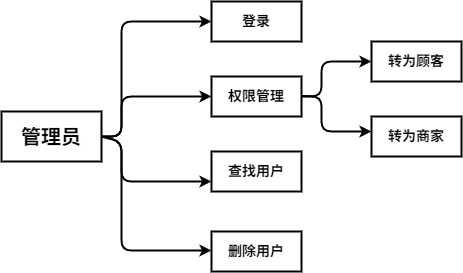
xiyuliu509/microservice-shop keeps this draw.io diagram as 7.drawio.png. Above is the earlier version. Source tidied: cells renumbered, new cells last; positions are measured from the earlier drawing's top-left corner, leaving out a move shared by most shapes. Source of this version:
```xml
<mxGraphModel>
  <root>
    <mxCell id="0" />
    <mxCell id="1" parent="0" />
    <mxCell id="2" value="&lt;b&gt;&lt;font style=&quot;font-size: 20px;&quot;&gt;管理员&lt;/font&gt;&lt;/b&gt;" style="rounded=0;whiteSpace=wrap;html=1;strokeWidth=2;" parent="1" vertex="1">
      <mxGeometry y="110" width="100" height="50" as="geometry" />
    </mxCell>
    <mxCell id="3" value="&lt;font style=&quot;font-size: 14px;&quot;&gt;&lt;b&gt;登录&lt;/b&gt;&lt;/font&gt;" style="rounded=0;whiteSpace=wrap;html=1;strokeWidth=2;" parent="1" vertex="1">
      <mxGeometry x="210" width="90" height="40" as="geometry" />
    </mxCell>
    <mxCell id="4" value="&lt;span style=&quot;font-size: 14px;&quot;&gt;&lt;b&gt;权限管理&lt;/b&gt;&lt;/span&gt;" style="rounded=0;whiteSpace=wrap;html=1;strokeWidth=2;" parent="1" vertex="1">
      <mxGeometry x="210" y="75" width="90" height="40" as="geometry" />
    </mxCell>
    <mxCell id="5" value="&lt;span style=&quot;font-size: 14px;&quot;&gt;&lt;b&gt;查找用户&lt;/b&gt;&lt;/span&gt;" style="rounded=0;whiteSpace=wrap;html=1;strokeWidth=2;" parent="1" vertex="1">
      <mxGeometry x="210" y="150" width="90" height="40" as="geometry" />
    </mxCell>
    <mxCell id="6" style="endArrow=classic;html=1;exitX=1;exitY=0.5;exitDx=0;exitDy=0;entryX=0;entryY=0.5;entryDx=0;entryDy=0;strokeWidth=2;" parent="1" edge="1" source="2" target="3">
      <mxGeometry relative="1" as="geometry">
        <Array as="points">
          <mxPoint x="120" y="135" />
          <mxPoint x="120" y="20" />
        </Array>
      </mxGeometry>
    </mxCell>
    <mxCell id="7" style="endArrow=classic;html=1;exitX=1;exitY=0.5;exitDx=0;exitDy=0;entryX=0;entryY=0.5;entryDx=0;entryDy=0;strokeWidth=2;" parent="1" edge="1" source="2" target="4">
      <mxGeometry relative="1" as="geometry">
        <Array as="points">
          <mxPoint x="120" y="135" />
          <mxPoint x="120" y="95" />
        </Array>
      </mxGeometry>
    </mxCell>
    <mxCell id="8" style="endArrow=classic;html=1;exitX=1;exitY=0.5;exitDx=0;exitDy=0;entryX=0;entryY=0.75;entryDx=0;entryDy=0;strokeWidth=2;" parent="1" edge="1" source="2" target="5">
      <mxGeometry relative="1" as="geometry">
        <Array as="points">
          <mxPoint x="120" y="140" />
          <mxPoint x="120" y="180" />
        </Array>
      </mxGeometry>
    </mxCell>
    <mxCell id="9" style="endArrow=classic;html=1;exitX=1;exitY=0.5;exitDx=0;exitDy=0;strokeWidth=2;entryX=0;entryY=0.5;entryDx=0;entryDy=0;" parent="1" edge="1" target="10">
      <mxGeometry relative="1" as="geometry">
        <mxPoint x="300" y="94.5" as="sourcePoint" />
        <Array as="points">
          <mxPoint x="320" y="95" />
          <mxPoint x="320" y="60" />
        </Array>
      </mxGeometry>
    </mxCell>
    <mxCell id="10" value="&lt;span style=&quot;font-size: 14px;&quot;&gt;&lt;b&gt;转为顾客&lt;/b&gt;&lt;/span&gt;" style="rounded=0;whiteSpace=wrap;html=1;strokeWidth=2;" parent="1" vertex="1">
      <mxGeometry x="370" y="40" width="90" height="40" as="geometry" />
    </mxCell>
    <mxCell id="11" value="&lt;span style=&quot;font-size: 14px;&quot;&gt;&lt;b&gt;转为商家&lt;/b&gt;&lt;/span&gt;" style="rounded=0;whiteSpace=wrap;html=1;strokeWidth=2;" parent="1" vertex="1">
      <mxGeometry x="370" y="115" width="90" height="40" as="geometry" />
    </mxCell>
    <mxCell id="12" style="endArrow=classic;html=1;exitX=1;exitY=0.5;exitDx=0;exitDy=0;strokeWidth=2;" parent="1" edge="1" source="4">
      <mxGeometry relative="1" as="geometry">
        <mxPoint x="370" y="130" as="targetPoint" />
        <Array as="points">
          <mxPoint x="320" y="95" />
          <mxPoint x="320" y="130" />
        </Array>
      </mxGeometry>
    </mxCell>
    <mxCell id="13" style="endArrow=classic;html=1;entryX=0;entryY=0.75;entryDx=0;entryDy=0;strokeWidth=2;exitX=1;exitY=0.5;exitDx=0;exitDy=0;" parent="1" edge="1" source="2">
      <mxGeometry relative="1" as="geometry">
        <mxPoint x="210" y="249" as="targetPoint" />
        <Array as="points">
          <mxPoint x="120" y="140" />
          <mxPoint x="120" y="249" />
        </Array>
      </mxGeometry>
    </mxCell>
    <mxCell id="14" value="&lt;span style=&quot;font-size: 14px;&quot;&gt;&lt;b&gt;删除用户&lt;/b&gt;&lt;/span&gt;" style="rounded=0;whiteSpace=wrap;html=1;strokeWidth=2;" parent="1" vertex="1">
      <mxGeometry x="210" y="230" width="90" height="40" as="geometry" />
    </mxCell>
  </root>
</mxGraphModel>
```
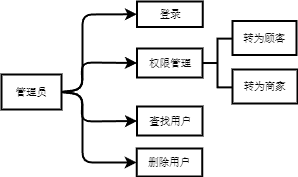
Later version of the same file.

Diff of the diagram source:
```diff
@@ -2,77 +2,61 @@
   <root>
     <mxCell id="0" />
     <mxCell id="1" parent="0" />
-    <mxCell id="2" value="&lt;b&gt;&lt;font style=&quot;font-size: 20px;&quot;&gt;管理员&lt;/font&gt;&lt;/b&gt;" style="rounded=0;whiteSpace=wrap;html=1;strokeWidth=2;" parent="1" vertex="1">
-      <mxGeometry y="110" width="100" height="50" as="geometry" />
+    <mxCell id="2" value="&lt;font style=&quot;color: rgb(0, 0, 0);&quot;&gt;管理员&lt;/font&gt;" style="rounded=0;whiteSpace=wrap;html=1;strokeWidth=2;fontSize=10.5;fontFamily=宋体;" parent="1" vertex="1">
+      <mxGeometry x="39" y="120" width="60" height="35" as="geometry" />
     </mxCell>
-    <mxCell id="3" value="&lt;font style=&quot;font-size: 14px;&quot;&gt;&lt;b&gt;登录&lt;/b&gt;&lt;/font&gt;" style="rounded=0;whiteSpace=wrap;html=1;strokeWidth=2;" parent="1" vertex="1">
-      <mxGeometry x="210" width="90" height="40" as="geometry" />
+    <mxCell id="3" value="&lt;font style=&quot;color: rgb(0, 0, 0);&quot;&gt;登录&lt;/font&gt;" style="rounded=0;whiteSpace=wrap;html=1;strokeWidth=2;fontSize=10.5;fontFamily=宋体;" parent="1" vertex="1">
+      <mxGeometry x="174.5" y="47" width="65.8" height="25.5" as="geometry" />
     </mxCell>
-    <mxCell id="4" value="&lt;span style=&quot;font-size: 14px;&quot;&gt;&lt;b&gt;权限管理&lt;/b&gt;&lt;/span&gt;" style="rounded=0;whiteSpace=wrap;html=1;strokeWidth=2;" parent="1" vertex="1">
-      <mxGeometry x="210" y="75" width="90" height="40" as="geometry" />
+    <mxCell id="4" value="&lt;font style=&quot;color: rgb(0, 0, 0);&quot;&gt;权限管理&lt;/font&gt;" style="rounded=0;whiteSpace=wrap;html=1;strokeWidth=2;fontSize=10.5;fontFamily=宋体;" parent="1" vertex="1">
+      <mxGeometry x="174.5" y="94" width="65.5" height="29" as="geometry" />
     </mxCell>
-    <mxCell id="5" value="&lt;span style=&quot;font-size: 14px;&quot;&gt;&lt;b&gt;查找用户&lt;/b&gt;&lt;/span&gt;" style="rounded=0;whiteSpace=wrap;html=1;strokeWidth=2;" parent="1" vertex="1">
-      <mxGeometry x="210" y="150" width="90" height="40" as="geometry" />
+    <mxCell id="5" value="&lt;font style=&quot;color: rgb(0, 0, 0);&quot;&gt;查找用户&lt;/font&gt;" style="rounded=0;whiteSpace=wrap;html=1;strokeWidth=2;fontSize=10.5;fontFamily=宋体;" parent="1" vertex="1">
+      <mxGeometry x="174.5" y="152" width="65.5" height="29" as="geometry" />
     </mxCell>
-    <mxCell id="6" style="endArrow=classic;html=1;exitX=1;exitY=0.5;exitDx=0;exitDy=0;entryX=0;entryY=0.5;entryDx=0;entryDy=0;strokeWidth=2;" parent="1" edge="1" source="2" target="3">
+    <mxCell id="6" style="endArrow=classic;html=1;exitX=1;exitY=0.5;exitDx=0;exitDy=0;entryX=0;entryY=0.5;entryDx=0;entryDy=0;strokeWidth=2;fontSize=10.5;fontFamily=宋体;" parent="1" edge="1" source="2" target="3">
       <mxGeometry relative="1" as="geometry">
         <Array as="points">
           <mxPoint x="120" y="135" />
-          <mxPoint x="120" y="20" />
+          <mxPoint x="120" y="60" />
         </Array>
       </mxGeometry>
     </mxCell>
-    <mxCell id="7" style="endArrow=classic;html=1;exitX=1;exitY=0.5;exitDx=0;exitDy=0;entryX=0;entryY=0.5;entryDx=0;entryDy=0;strokeWidth=2;" parent="1" edge="1" source="2" target="4">
+    <mxCell id="7" style="endArrow=classic;html=1;exitX=1;exitY=0.5;exitDx=0;exitDy=0;entryX=0;entryY=0.5;entryDx=0;entryDy=0;strokeWidth=2;fontSize=10.5;fontFamily=宋体;" parent="1" edge="1" source="2" target="4">
       <mxGeometry relative="1" as="geometry">
         <Array as="points">
           <mxPoint x="120" y="135" />
-          <mxPoint x="120" y="95" />
+          <mxPoint x="119" y="108" />
         </Array>
       </mxGeometry>
     </mxCell>
-    <mxCell id="8" style="endArrow=classic;html=1;exitX=1;exitY=0.5;exitDx=0;exitDy=0;entryX=0;entryY=0.75;entryDx=0;entryDy=0;strokeWidth=2;" parent="1" edge="1" source="2" target="5">
+    <mxCell id="8" style="endArrow=classic;html=1;exitX=1;exitY=0.5;exitDx=0;exitDy=0;entryX=0;entryY=0.5;entryDx=0;entryDy=0;strokeWidth=2;fontSize=10.5;fontFamily=宋体;" parent="1" edge="1" source="2" target="5">
       <mxGeometry relative="1" as="geometry">
         <Array as="points">
           <mxPoint x="120" y="140" />
-          <mxPoint x="120" y="180" />
+          <mxPoint x="119" y="167" />
         </Array>
       </mxGeometry>
     </mxCell>
-    <mxCell id="9" style="endArrow=classic;html=1;exitX=1;exitY=0.5;exitDx=0;exitDy=0;strokeWidth=2;entryX=0;entryY=0.5;entryDx=0;entryDy=0;" parent="1" edge="1" target="10">
-      <mxGeometry relative="1" as="geometry">
-        <mxPoint x="300" y="94.5" as="sourcePoint" />
-        <Array as="points">
-          <mxPoint x="320" y="95" />
-          <mxPoint x="320" y="60" />
-        </Array>
-      </mxGeometry>
-    </mxCell>
-    <mxCell id="10" value="&lt;span style=&quot;font-size: 14px;&quot;&gt;&lt;b&gt;转为顾客&lt;/b&gt;&lt;/span&gt;" style="rounded=0;whiteSpace=wrap;html=1;strokeWidth=2;" parent="1" vertex="1">
-      <mxGeometry x="370" y="40" width="90" height="40" as="geometry" />
+    <mxCell id="10" value="&lt;font style=&quot;color: rgb(0, 0, 0);&quot;&gt;转为顾客&lt;/font&gt;" style="rounded=0;whiteSpace=wrap;html=1;strokeWidth=2;fontSize=10.5;fontFamily=宋体;" parent="1" vertex="1">
+      <mxGeometry x="270" y="66.5" width="64" height="34" as="geometry" />
     </mxCell>
-    <mxCell id="11" value="&lt;span style=&quot;font-size: 14px;&quot;&gt;&lt;b&gt;转为商家&lt;/b&gt;&lt;/span&gt;" style="rounded=0;whiteSpace=wrap;html=1;strokeWidth=2;" parent="1" vertex="1">
-      <mxGeometry x="370" y="115" width="90" height="40" as="geometry" />
+    <mxCell id="11" value="&lt;font style=&quot;color: rgb(0, 0, 0);&quot;&gt;转为商家&lt;/font&gt;" style="rounded=0;whiteSpace=wrap;html=1;strokeWidth=2;fontSize=10.5;fontFamily=宋体;" parent="1" vertex="1">
+      <mxGeometry x="270" y="115" width="65" height="34" as="geometry" />
     </mxCell>
-    <mxCell id="12" style="endArrow=classic;html=1;exitX=1;exitY=0.5;exitDx=0;exitDy=0;strokeWidth=2;" parent="1" edge="1" source="4">
-      <mxGeometry relative="1" as="geometry">
-        <mxPoint x="370" y="130" as="targetPoint" />
-        <Array as="points">
-          <mxPoint x="320" y="95" />
-          <mxPoint x="320" y="130" />
-        </Array>
-      </mxGeometry>
-    </mxCell>
-    <mxCell id="13" style="endArrow=classic;html=1;entryX=0;entryY=0.75;entryDx=0;entryDy=0;strokeWidth=2;exitX=1;exitY=0.5;exitDx=0;exitDy=0;" parent="1" edge="1" source="2">
+    <mxCell id="13" style="endArrow=classic;html=1;entryX=0;entryY=0.5;entryDx=0;entryDy=0;strokeWidth=2;exitX=1;exitY=0.5;exitDx=0;exitDy=0;fontSize=10.5;fontFamily=宋体;" parent="1" edge="1" source="2" target="14">
       <mxGeometry relative="1" as="geometry">
-        <mxPoint x="210" y="249" as="targetPoint" />
         <Array as="points">
           <mxPoint x="120" y="140" />
-          <mxPoint x="120" y="249" />
+          <mxPoint x="120" y="208" />
         </Array>
       </mxGeometry>
     </mxCell>
-    <mxCell id="14" value="&lt;span style=&quot;font-size: 14px;&quot;&gt;&lt;b&gt;删除用户&lt;/b&gt;&lt;/span&gt;" style="rounded=0;whiteSpace=wrap;html=1;strokeWidth=2;" parent="1" vertex="1">
-      <mxGeometry x="210" y="230" width="90" height="40" as="geometry" />
+    <mxCell id="14" value="&lt;font style=&quot;color: rgb(0, 0, 0);&quot;&gt;删除用户&lt;/font&gt;" style="rounded=0;whiteSpace=wrap;html=1;strokeWidth=2;fontSize=10.5;fontFamily=宋体;" parent="1" vertex="1">
+      <mxGeometry x="174.2" y="194" width="65.5" height="28" as="geometry" />
     </mxCell>
+    <mxCell id="15" style="strokeWidth=2;html=1;shape=mxgraph.flowchart.annotation_2;align=left;labelPosition=right;fontSize=10.5;fontFamily=宋体;" parent="1" vertex="1">
+      <mxGeometry x="240" y="84.1" width="30" height="48.8" as="geometry" />
+    </mxCell>
   </root>
 </mxGraphModel>
```
